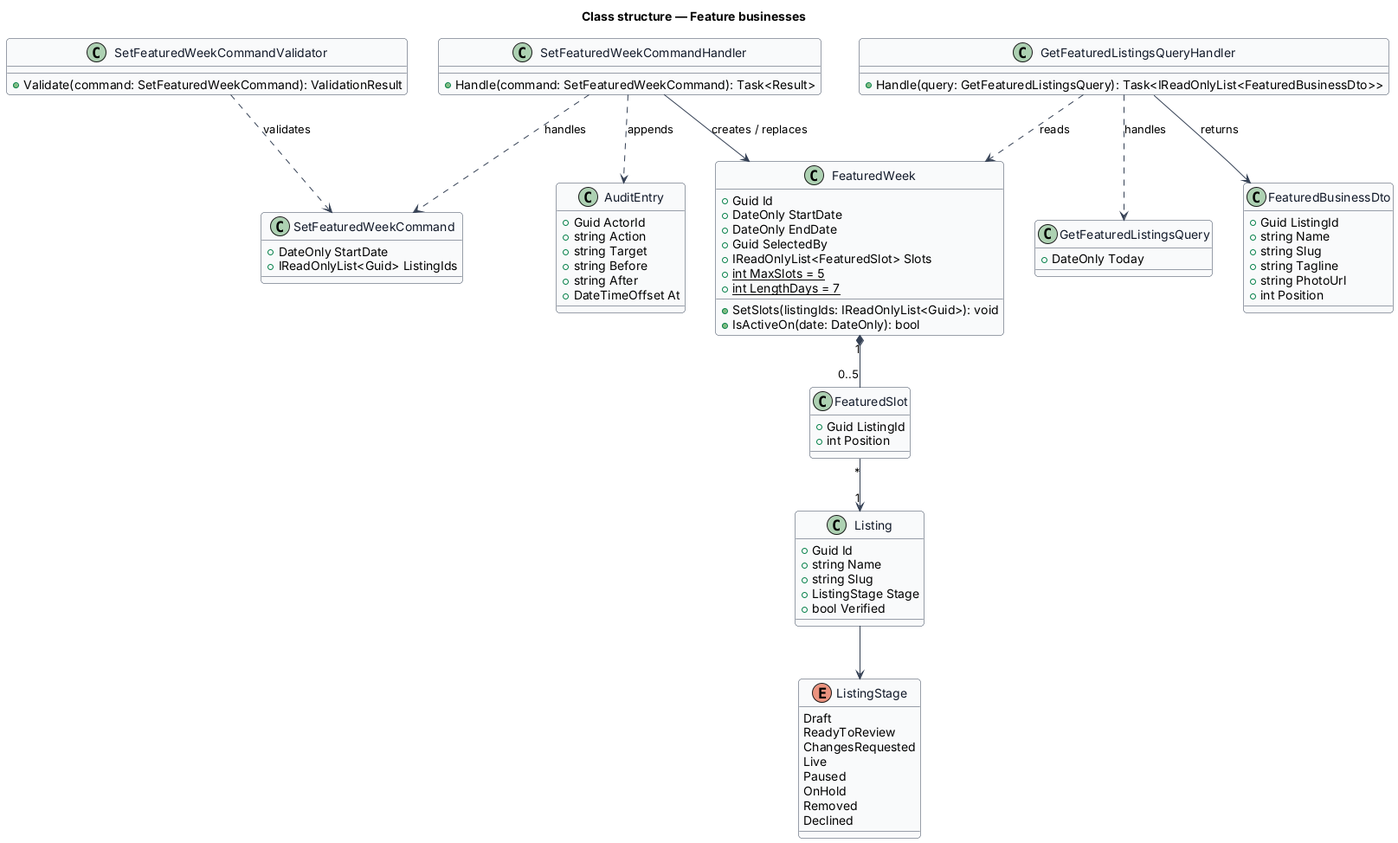
Earlier version of the PlantUML export docs/detailed-designs/moderation/feature-businesses/diagrams/class-structure.png (QuinntyneBrown/jubilee). Its diagram source:
```plantuml
@startuml
skinparam backgroundColor #FFFFFF
skinparam shadowing false
skinparam roundcorner 8
skinparam defaultFontName Arial
skinparam ArrowColor #344054
skinparam class {
  BorderColor #344054
  FontColor #101828
  BackgroundColor #F9FAFB
}
title Class structure — Feature businesses
enum ListingStage {
  Draft
  ReadyToReview
  ChangesRequested
  Live
  Paused
  OnHold
  Removed
  Declined
}
class FeaturedWeek {
  +Guid Id
  +DateOnly StartDate
  +DateOnly EndDate
  +Guid SelectedBy
  +IReadOnlyList<FeaturedSlot> Slots
  +{static} int MaxSlots = 5
  +{static} int LengthDays = 7
  +SetSlots(listingIds: IReadOnlyList<Guid>): void
  +IsActiveOn(date: DateOnly): bool
}
class FeaturedSlot {
  +Guid ListingId
  +int Position
}
class Listing {
  +Guid Id
  +string Name
  +string Slug
  +ListingStage Stage
  +bool Verified
}
class SetFeaturedWeekCommand {
  +DateOnly StartDate
  +IReadOnlyList<Guid> ListingIds
}
class SetFeaturedWeekCommandValidator {
  +Validate(command: SetFeaturedWeekCommand): ValidationResult
}
class SetFeaturedWeekCommandHandler {
  +Handle(command: SetFeaturedWeekCommand): Task<Result>
}
class GetFeaturedListingsQuery {
  +DateOnly Today
}
class GetFeaturedListingsQueryHandler {
  +Handle(query: GetFeaturedListingsQuery): Task<IReadOnlyList<FeaturedBusinessDto>>
}
class FeaturedBusinessDto {
  +Guid ListingId
  +string Name
  +string Slug
  +string Tagline
  +string PhotoUrl
  +int Position
}
class AuditEntry {
  +Guid ActorId
  +string Action
  +string Target
  +string Before
  +string After
  +DateTimeOffset At
}

SetFeaturedWeekCommandHandler ..> SetFeaturedWeekCommand : handles
SetFeaturedWeekCommandValidator ..> SetFeaturedWeekCommand : validates
SetFeaturedWeekCommandHandler --> FeaturedWeek : creates / replaces
SetFeaturedWeekCommandHandler ..> AuditEntry : appends
GetFeaturedListingsQueryHandler ..> GetFeaturedListingsQuery : handles
GetFeaturedListingsQueryHandler --> FeaturedBusinessDto : returns
GetFeaturedListingsQueryHandler ..> FeaturedWeek : reads
FeaturedWeek "1" *-- "0..5" FeaturedSlot
FeaturedSlot "*" --> "1" Listing
Listing --> ListingStage
@enduml
```
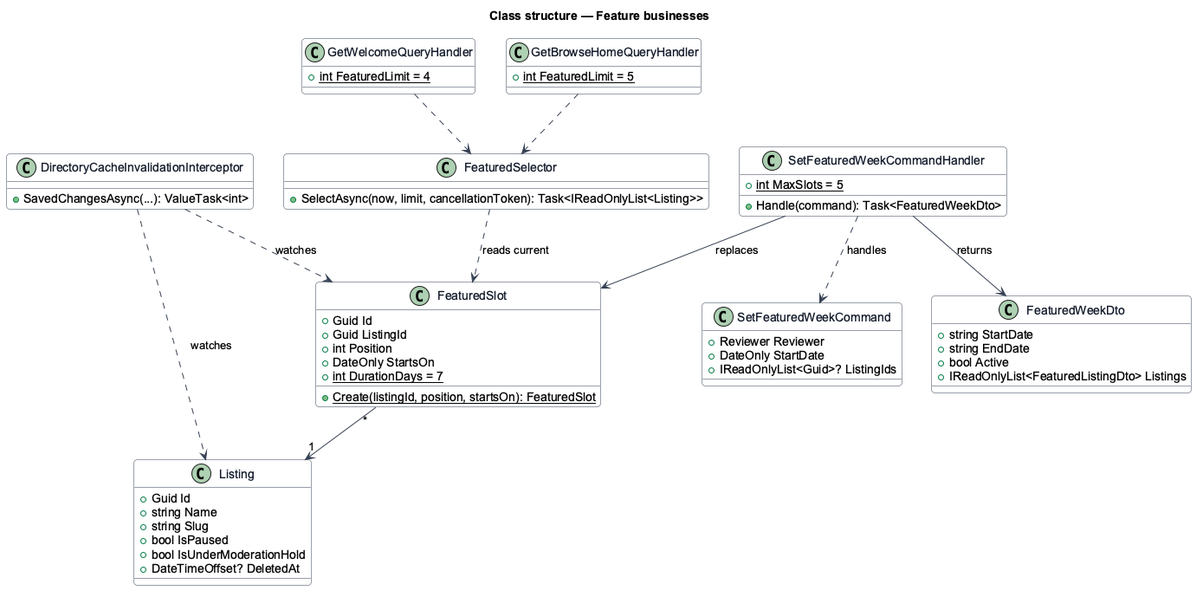
Later version of the same file.

Change to the diagram source:
```diff
@@ -10,79 +10,57 @@
   BackgroundColor #F9FAFB
 }
 title Class structure — Feature businesses
-enum ListingStage {
-  Draft
-  ReadyToReview
-  ChangesRequested
-  Live
-  Paused
-  OnHold
-  Removed
-  Declined
-}
-class FeaturedWeek {
+class FeaturedSlot {
   +Guid Id
-  +DateOnly StartDate
-  +DateOnly EndDate
-  +Guid SelectedBy
-  +IReadOnlyList<FeaturedSlot> Slots
-  +{static} int MaxSlots = 5
-  +{static} int LengthDays = 7
-  +SetSlots(listingIds: IReadOnlyList<Guid>): void
-  +IsActiveOn(date: DateOnly): bool
-}
-class FeaturedSlot {
   +Guid ListingId
   +int Position
+  +DateOnly StartsOn
+  +{static} int DurationDays = 7
+  +{static} Create(listingId, position, startsOn): FeaturedSlot
 }
 class Listing {
   +Guid Id
   +string Name
   +string Slug
-  +ListingStage Stage
-  +bool Verified
+  +bool IsPaused
+  +bool IsUnderModerationHold
+  +DateTimeOffset? DeletedAt
 }
 class SetFeaturedWeekCommand {
+  +Reviewer Reviewer
   +DateOnly StartDate
-  +IReadOnlyList<Guid> ListingIds
-}
-class SetFeaturedWeekCommandValidator {
-  +Validate(command: SetFeaturedWeekCommand): ValidationResult
+  +IReadOnlyList<Guid>? ListingIds
 }
 class SetFeaturedWeekCommandHandler {
-  +Handle(command: SetFeaturedWeekCommand): Task<Result>
+  +{static} int MaxSlots = 5
+  +Handle(command): Task<FeaturedWeekDto>
 }
-class GetFeaturedListingsQuery {
-  +DateOnly Today
+class FeaturedSelector {
+  +SelectAsync(now, limit, cancellationToken): Task<IReadOnlyList<Listing>>
 }
-class GetFeaturedListingsQueryHandler {
-  +Handle(query: GetFeaturedListingsQuery): Task<IReadOnlyList<FeaturedBusinessDto>>
+class GetWelcomeQueryHandler {
+  +{static} int FeaturedLimit = 4
 }
-class FeaturedBusinessDto {
-  +Guid ListingId
-  +string Name
-  +string Slug
-  +string Tagline
-  +string PhotoUrl
-  +int Position
+class GetBrowseHomeQueryHandler {
+  +{static} int FeaturedLimit = 5
 }
-class AuditEntry {
-  +Guid ActorId
-  +string Action
-  +string Target
-  +string Before
-  +string After
-  +DateTimeOffset At
+class FeaturedWeekDto {
+  +string StartDate
+  +string EndDate
+  +bool Active
+  +IReadOnlyList<FeaturedListingDto> Listings
+}
+class DirectoryCacheInvalidationInterceptor {
+  +SavedChangesAsync(...): ValueTask<int>
 }
 
 SetFeaturedWeekCommandHandler ..> SetFeaturedWeekCommand : handles
-SetFeaturedWeekCommandValidator ..> SetFeaturedWeekCommand : validates
-SetFeaturedWeekCommandHandler --> FeaturedWeek : creates / replaces
-SetFeaturedWeekCommandHandler ..> AuditEntry : appends
-GetFeaturedListingsQueryHandler ..> GetFeaturedListingsQuery : handles
-GetFeaturedListingsQueryHandler --> FeaturedBusinessDto : returns
-GetFeaturedListingsQueryHandler ..> FeaturedWeek : reads
-FeaturedWeek "1" *-- "0..5" FeaturedSlot
+SetFeaturedWeekCommandHandler --> FeaturedSlot : replaces
+SetFeaturedWeekCommandHandler --> FeaturedWeekDto : returns
 FeaturedSlot "*" --> "1" Listing
-Listing --> ListingStage
+GetWelcomeQueryHandler ..> FeaturedSelector
+GetBrowseHomeQueryHandler ..> FeaturedSelector
+FeaturedSelector ..> FeaturedSlot : reads current
+DirectoryCacheInvalidationInterceptor ..> FeaturedSlot : watches
+DirectoryCacheInvalidationInterceptor ..> Listing : watches
 @enduml
```
